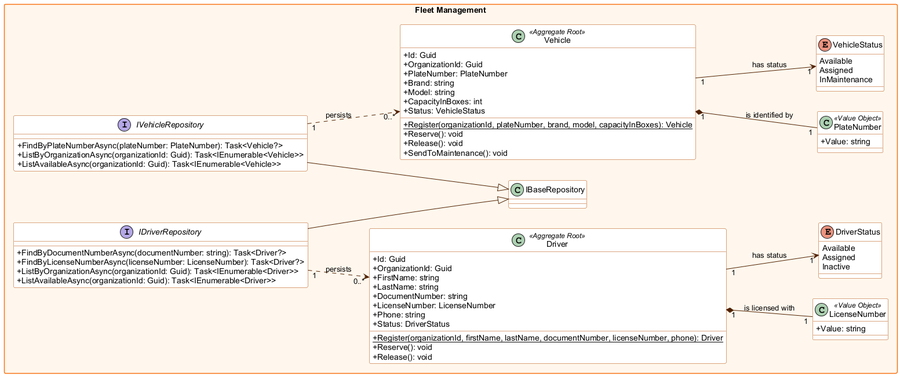
Earlier version of the PlantUML export report/assets/Software-Object-Oriented-Design/backend-class-fleet-management.png (1ASI0730-2620-8084-CodeCrafters/bottle-track-report). The source it was exported from:
```plantuml
@startuml backend-class-fleet-management
skinparam classAttributeIconSize 0
skinparam packageStyle rectangle
skinparam shadowing false
skinparam defaultFontName Arial
skinparam class {
  BackgroundColor #ffffff
  BorderColor #b34900
  ArrowColor #4f2000
}
skinparam package {
  BackgroundColor #fff7ed
  BorderColor #f97316
}
left to right direction

package "Fleet Management" {
  class Vehicle <<Aggregate Root>> {
    + Id: Guid
    + OrganizationId: Guid
    + PlateNumber: PlateNumber
    + Brand: string
    + Model: string
    + CapacityInBoxes: int
    + Status: VehicleStatus
    + {static} Register(organizationId, plateNumber, brand, model, capacityInBoxes): Vehicle
    + Reserve(): void
    + Release(): void
    + SendToMaintenance(): void
  }
  class Driver <<Aggregate Root>> {
    + Id: Guid
    + OrganizationId: Guid
    + FirstName: string
    + LastName: string
    + DocumentNumber: string
    + LicenseNumber: LicenseNumber
    + Phone: string
    + Status: DriverStatus
    + {static} Register(organizationId, firstName, lastName, documentNumber, licenseNumber, phone): Driver
    + Reserve(): void
    + Release(): void
  }
  class PlateNumber <<Value Object>> {
    + Value: string
  }
  class LicenseNumber <<Value Object>> {
    + Value: string
  }
  enum VehicleStatus {
    Available
    Assigned
    InMaintenance
  }
  enum DriverStatus {
    Available
    Assigned
    Inactive
  }
  interface IVehicleRepository {
    + FindByPlateNumberAsync(plateNumber: PlateNumber): Task<Vehicle?>
    + ListByOrganizationAsync(organizationId: Guid): Task<IEnumerable<Vehicle>>
    + ListAvailableAsync(organizationId: Guid): Task<IEnumerable<Vehicle>>
  }
  interface IDriverRepository {
    + FindByDocumentNumberAsync(documentNumber: string): Task<Driver?>
    + FindByLicenseNumberAsync(licenseNumber: LicenseNumber): Task<Driver?>
    + ListByOrganizationAsync(organizationId: Guid): Task<IEnumerable<Driver>>
    + ListAvailableAsync(organizationId: Guid): Task<IEnumerable<Driver>>
  }
  Vehicle "1" *-- "1" PlateNumber : is identified by
  Vehicle "1" --> "1" VehicleStatus : has status
  Driver "1" *-- "1" LicenseNumber : is licensed with
  Driver "1" --> "1" DriverStatus : has status
  IVehicleRepository --|> IBaseRepository
  IDriverRepository --|> IBaseRepository
  IVehicleRepository "1" ..> "0..*" Vehicle : persists
  IDriverRepository "1" ..> "0..*" Driver : persists
}
@enduml
```
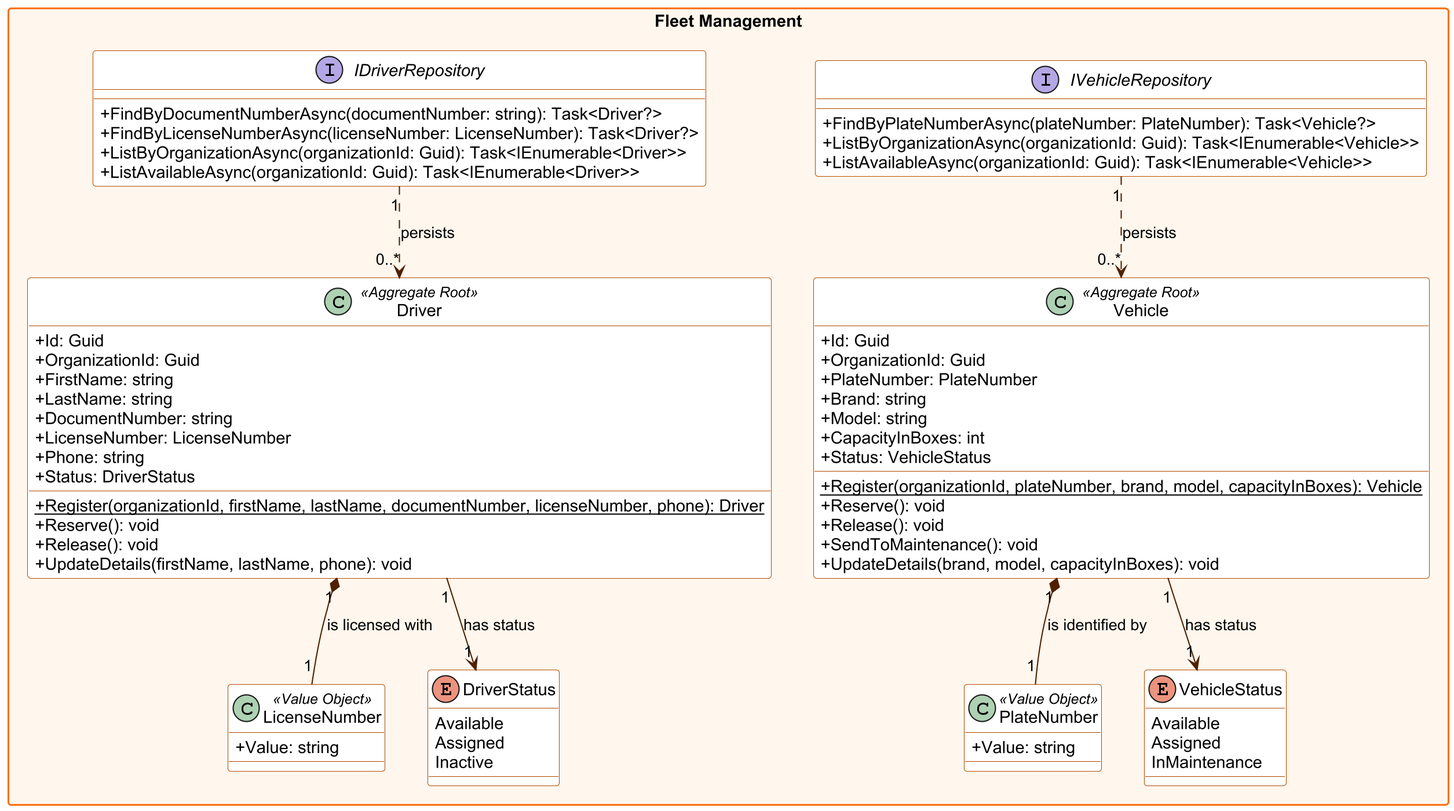
Above is the later version.

Commit message:
fix(report): align fleet management backend and component diagrams

The edit, as a diff of the source:
```diff
@@ -1,4 +1,5 @@
-@startuml backend-class-fleet-management
+@startuml
+skinparamlocked dpi 200
 skinparam classAttributeIconSize 0
 skinparam packageStyle rectangle
 skinparam shadowing false
@@ -12,7 +13,6 @@
   BackgroundColor #fff7ed
   BorderColor #f97316
 }
-left to right direction
 
 package "Fleet Management" {
   class Vehicle <<Aggregate Root>> {
@@ -27,6 +27,7 @@
     + Reserve(): void
     + Release(): void
     + SendToMaintenance(): void
+    + UpdateDetails(brand, model, capacityInBoxes): void
   }
   class Driver <<Aggregate Root>> {
     + Id: Guid
@@ -40,6 +41,7 @@
     + {static} Register(organizationId, firstName, lastName, documentNumber, licenseNumber, phone): Driver
     + Reserve(): void
     + Release(): void
+    + UpdateDetails(firstName, lastName, phone): void
   }
   class PlateNumber <<Value Object>> {
     + Value: string
@@ -72,8 +74,6 @@
   Vehicle "1" --> "1" VehicleStatus : has status
   Driver "1" *-- "1" LicenseNumber : is licensed with
   Driver "1" --> "1" DriverStatus : has status
-  IVehicleRepository --|> IBaseRepository
-  IDriverRepository --|> IBaseRepository
   IVehicleRepository "1" ..> "0..*" Vehicle : persists
   IDriverRepository "1" ..> "0..*" Driver : persists
 }
```
